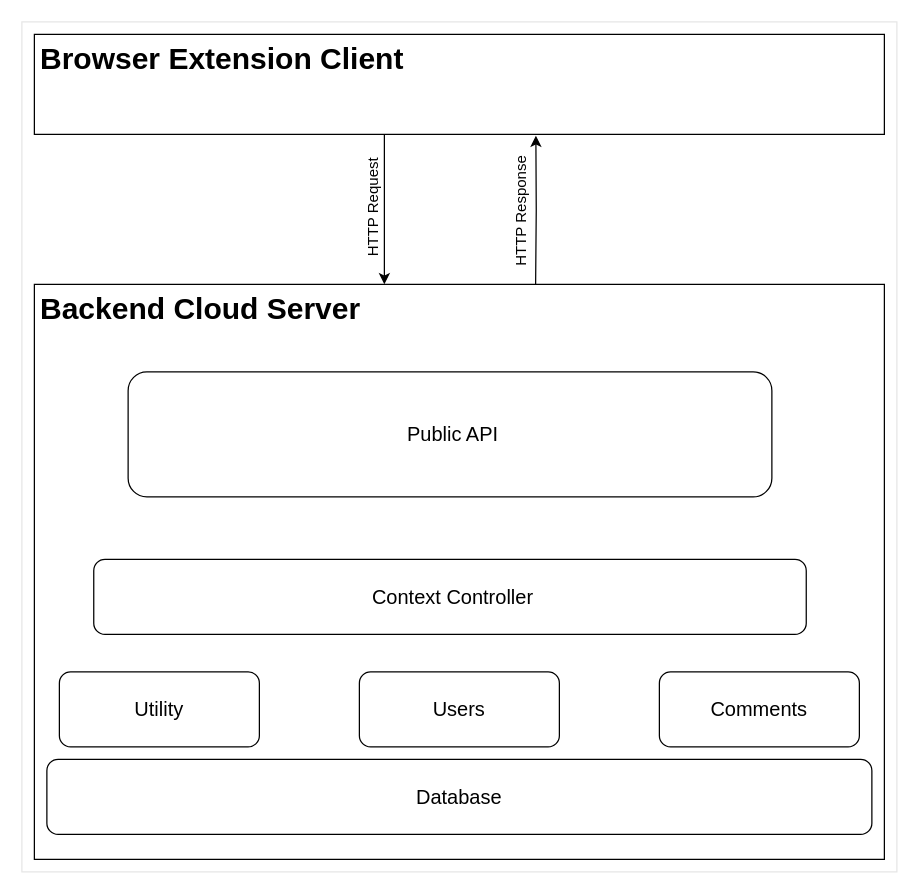
comment-anything/design keeps this draw.io diagram as Diagrams/architecture.drawio. Above is the earlier version. Source tidied: cells renumbered, new cells numbered last; positions are measured from the earlier drawing's top-left corner, leaving out a move shared by most shapes. Both pictures are drawn from the tidied source at 125%, with x=0, y=0 at pixel (21, 21).
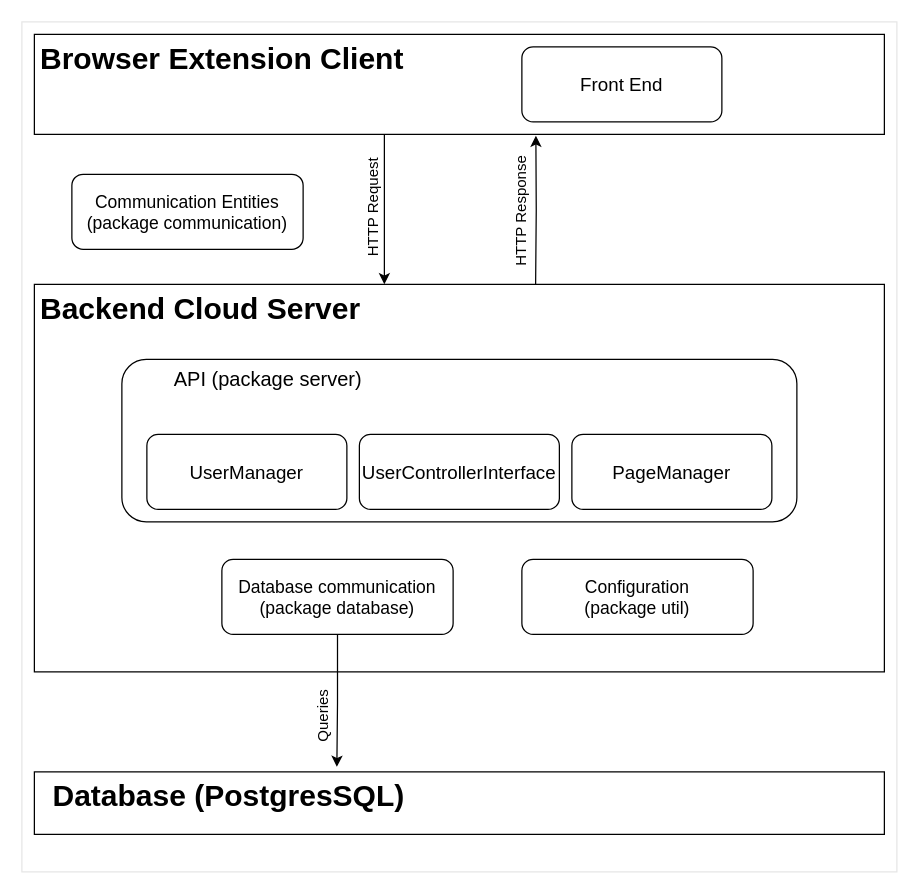
The same diagram, later.

Diff of the diagram source:
```diff
@@
     <mxCell id="3" style="rounded=0;whiteSpace=wrap;html=1;" parent="1" vertex="1">
-      <mxGeometry x="10" y="210" width="680" height="460" as="geometry" />
+      <mxGeometry x="10" y="210" width="680" height="310" as="geometry" />
     </mxCell>
-    <mxCell id="4" style="rounded=1;whiteSpace=wrap;html=1;" parent="1" vertex="1">
-      <mxGeometry x="20" y="590" width="660" height="60" as="geometry" />
-    </mxCell>
@@
-    <mxCell id="12" style="rounded=1;whiteSpace=wrap;html=1;" parent="1" vertex="1">
-      <mxGeometry x="30" y="520" width="160" height="60" as="geometry" />
-    </mxCell>
-    <mxCell id="13" style="rounded=1;whiteSpace=wrap;html=1;" parent="1" vertex="1">
-      <mxGeometry x="270" y="520" width="160" height="60" as="geometry" />
-    </mxCell>
-    <mxCell id="14" style="rounded=1;whiteSpace=wrap;html=1;" parent="1" vertex="1">
-      <mxGeometry x="510" y="520" width="160" height="60" as="geometry" />
-    </mxCell>
-    <mxCell id="15" style="rounded=1;whiteSpace=wrap;html=1;" parent="1" vertex="1">
-      <mxGeometry x="57.5" y="430" width="570" height="60" as="geometry" />
-    </mxCell>
-    <mxCell id="16" value="Context Controller" style="text;html=1;strokeColor=none;fillColor=none;align=center;verticalAlign=middle;whiteSpace=wrap;rounded=0;fontSize=16;" parent="1" vertex="1">
-      <mxGeometry x="70" y="445" width="550" height="30" as="geometry" />
-    </mxCell>
-    <mxCell id="17" value="&lt;div&gt;Users&lt;/div&gt;" style="text;html=1;strokeColor=none;fillColor=none;align=center;verticalAlign=middle;whiteSpace=wrap;rounded=0;fontSize=16;opacity=10;" parent="1" vertex="1">
-      <mxGeometry x="280" y="535" width="140" height="30" as="geometry" />
-    </mxCell>
-    <mxCell id="18" value="Comments" style="text;html=1;strokeColor=none;fillColor=none;align=center;verticalAlign=middle;whiteSpace=wrap;rounded=0;fontSize=16;opacity=10;" parent="1" vertex="1">
-      <mxGeometry x="520" y="535" width="140" height="30" as="geometry" />
-    </mxCell>
-    <mxCell id="19" value="Database" style="text;html=1;strokeColor=none;fillColor=none;align=center;verticalAlign=middle;whiteSpace=wrap;rounded=0;fontSize=16;opacity=10;" parent="1" vertex="1">
-      <mxGeometry x="30" y="600" width="640" height="40" as="geometry" />
-    </mxCell>
-    <mxCell id="20" value="Utility" style="text;html=1;strokeColor=none;fillColor=none;align=center;verticalAlign=middle;whiteSpace=wrap;rounded=0;fontSize=16;opacity=10;" parent="1" vertex="1">
-      <mxGeometry x="40" y="535" width="140" height="30" as="geometry" />
-    </mxCell>
-    <mxCell id="21" style="rounded=1;whiteSpace=wrap;html=1;fontSize=16;" parent="1" vertex="1">
-      <mxGeometry x="85" y="280" width="515" height="100" as="geometry" />
-    </mxCell>
-    <mxCell id="22" value="Public API" style="text;html=1;strokeColor=none;fillColor=none;align=center;verticalAlign=middle;whiteSpace=wrap;rounded=0;fontSize=16;" parent="1" vertex="1">
-      <mxGeometry x="100" y="315" width="490" height="30" as="geometry" />
-    </mxCell>
+    <mxCell id="23" value="&lt;font style=&quot;font-size: 15px;&quot;&gt;Front End&lt;/font&gt;" style="rounded=1;whiteSpace=wrap;html=1;" parent="1" vertex="1">
+      <mxGeometry x="400" y="20" width="160" height="60" as="geometry" />
+    </mxCell>
+    <mxCell id="24" value="&lt;font style=&quot;font-size: 14px;&quot;&gt;Communication Entities&lt;br&gt;(package communication)&lt;br&gt;&lt;/font&gt;" style="rounded=1;whiteSpace=wrap;html=1;" parent="1" vertex="1">
+      <mxGeometry x="40" y="121.9" width="185" height="60" as="geometry" />
+    </mxCell>
+    <mxCell id="25" value="&lt;font style=&quot;font-size: 16px;&quot;&gt;&amp;nbsp; &amp;nbsp; &amp;nbsp; &amp;nbsp; &amp;nbsp;API (package server)&lt;/font&gt;" style="rounded=1;whiteSpace=wrap;html=1;align=left;verticalAlign=top;" parent="1" vertex="1">
+      <mxGeometry x="80" y="270" width="540" height="130" as="geometry" />
+    </mxCell>
+    <mxCell id="26" value="&lt;font style=&quot;font-size: 15px;&quot;&gt;UserManager&lt;/font&gt;" style="rounded=1;whiteSpace=wrap;html=1;" parent="1" vertex="1">
+      <mxGeometry x="100" y="330" width="160" height="60" as="geometry" />
+    </mxCell>
+    <mxCell id="27" value="&lt;font style=&quot;font-size: 15px;&quot;&gt;UserControllerInterface&lt;/font&gt;" style="rounded=1;whiteSpace=wrap;html=1;" parent="1" vertex="1">
+      <mxGeometry x="270" y="330" width="160" height="60" as="geometry" />
+    </mxCell>
+    <mxCell id="28" value="&lt;font style=&quot;font-size: 15px;&quot;&gt;PageManager&lt;/font&gt;" style="rounded=1;whiteSpace=wrap;html=1;" parent="1" vertex="1">
+      <mxGeometry x="440" y="330" width="160" height="60" as="geometry" />
+    </mxCell>
+    <mxCell id="29" style="edgeStyle=orthogonalEdgeStyle;rounded=0;jettySize=auto;html=1;exitX=0.5;exitY=1;exitDx=0;exitDy=0;entryX=0.8;entryY=-0.1;entryDx=0;entryDy=0;entryPerimeter=0;fontSize=16;" parent="1" edge="1" source="30" target="32">
+      <mxGeometry relative="1" as="geometry" />
+    </mxCell>
+    <mxCell id="30" value="&lt;font style=&quot;font-size: 14px;&quot;&gt;Database communication&lt;br&gt;(package database)&lt;br&gt;&lt;/font&gt;" style="rounded=1;whiteSpace=wrap;html=1;" parent="1" vertex="1">
+      <mxGeometry x="160" y="430" width="185" height="60" as="geometry" />
+    </mxCell>
+    <mxCell id="31" style="rounded=0;whiteSpace=wrap;html=1;align=left;" parent="1" vertex="1">
+      <mxGeometry x="10" y="600" width="680" height="50" as="geometry" />
+    </mxCell>
+    <mxCell id="32" value="&lt;h1&gt;Database (PostgresSQL)&lt;br&gt;&lt;/h1&gt;" style="text;html=1;strokeColor=none;fillColor=none;spacing=5;spacingTop=-20;whiteSpace=wrap;overflow=hidden;rounded=0;" parent="1" vertex="1">
+      <mxGeometry x="20" y="600" width="290" height="40" as="geometry" />
+    </mxCell>
+    <mxCell id="33" value="&lt;font style=&quot;font-size: 14px;&quot;&gt;Configuration&lt;br&gt;(package util)&lt;br&gt;&lt;/font&gt;" style="rounded=1;whiteSpace=wrap;html=1;" parent="1" vertex="1">
+      <mxGeometry x="400" y="430" width="185" height="60" as="geometry" />
+    </mxCell>
+    <mxCell id="34" value="&lt;div&gt;Queries&lt;/div&gt;" style="text;html=1;strokeColor=none;fillColor=none;align=center;verticalAlign=middle;whiteSpace=wrap;rounded=0;rotation=-90;" parent="1" vertex="1">
+      <mxGeometry x="180" y="540" width="122.5" height="31.2" as="geometry" />
+    </mxCell>
```
